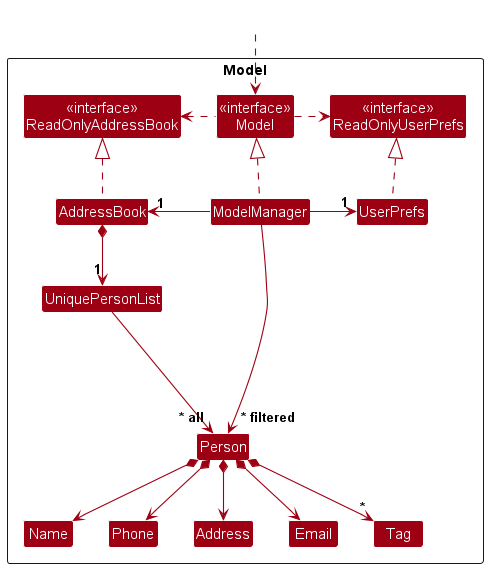
This is docs/images/ModelClassDiagram.png from nus-cs2103-AY2425S1/tp, a PlantUML export, as it was before one commit.
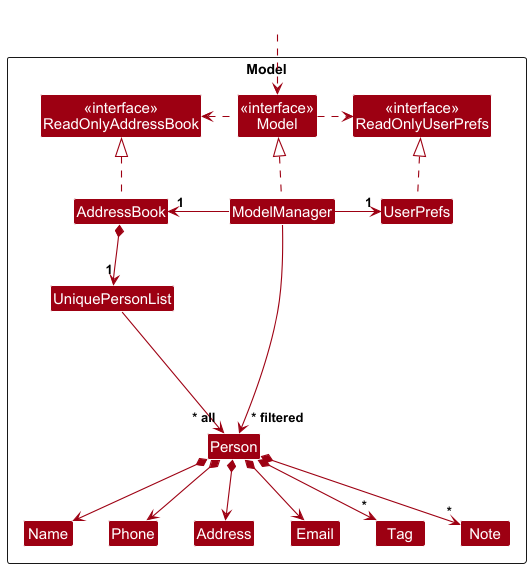
The same file after the commit.

Commit message:
Update model and storage CD images

Change to the diagram source:
```diff
@@ -19,6 +19,7 @@
 Class Name
 Class Phone
 Class Tag
+Class Note
 
 Class I #FFFFFF
 }
@@ -42,6 +43,7 @@
 Person *--> Email
 Person *--> Address
 Person *--> "*" Tag
+Person *--> "*" Note
 
 Person -[hidden]up--> I
 UniquePersonList -[hidden]right-> I
```
